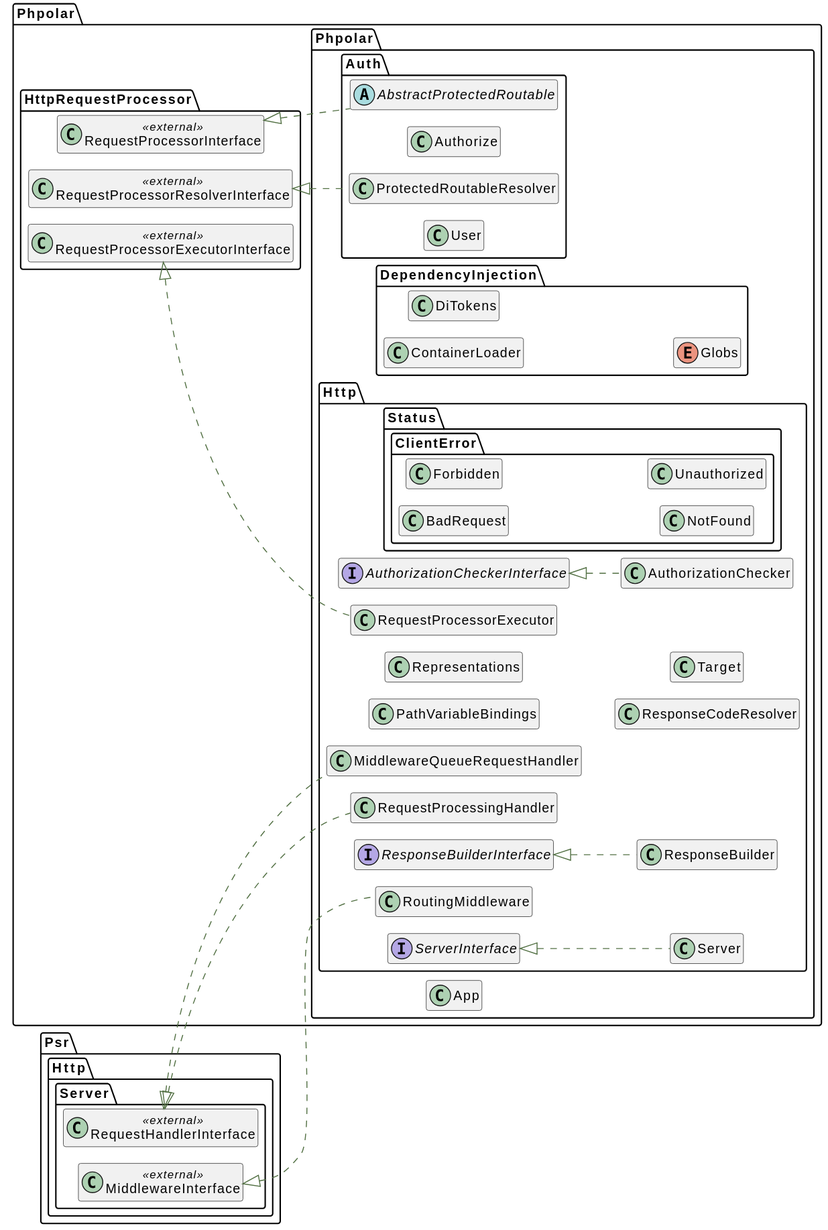
phpolar/phpolar keeps this PlantUML diagram as docs/graphs/classes.svg. Above is the earlier version.
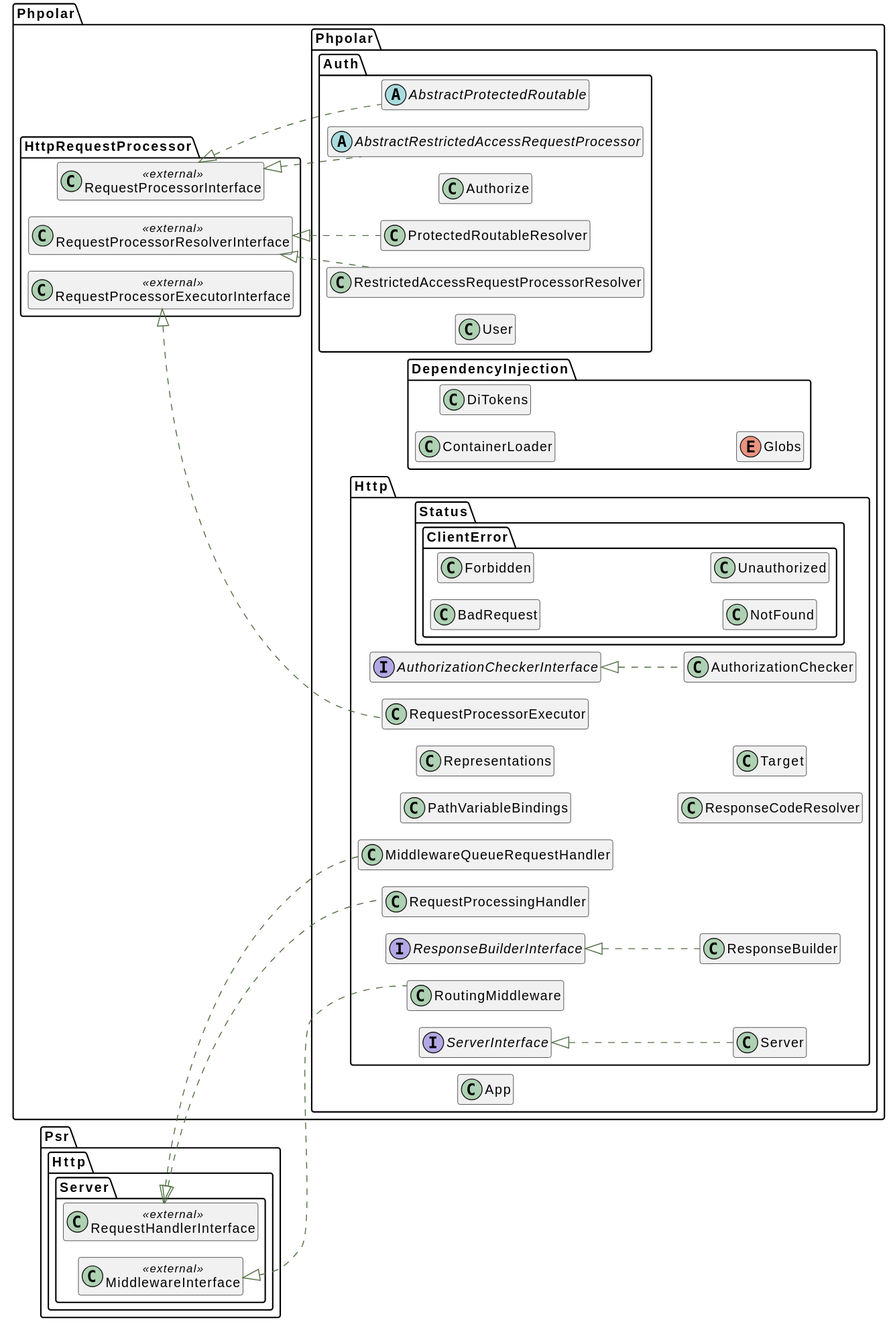
After the change.

The edit, as a diff of the source:
```diff
@@ -26,6 +26,10 @@
     }
 }
 namespace Phpolar\\Phpolar\\Auth {
+    abstract  class "AbstractRestrictedAccessRequestProcessor" as AbstractRestrictedAccessRequestProcessor__class    implements \\Phpolar\\HttpRequestProcessor\\RequestProcessorInterface__class {
+    }
+}
+namespace Phpolar\\Phpolar\\Auth {
      class "Authorize" as Authorize__class    {
     }
 }
@@ -35,6 +39,10 @@
 }
 namespace Phpolar\\Phpolar\\Auth {
      class "ProtectedRoutableResolver" as ProtectedRoutableResolver__class    implements \\Phpolar\\HttpRequestProcessor\\RequestProcessorResolverInterface__class {
+    }
+}
+namespace Phpolar\\Phpolar\\Auth {
+     class "RestrictedAccessRequestProcessorResolver" as RestrictedAccessRequestProcessorResolver__class    implements \\Phpolar\\HttpRequestProcessor\\RequestProcessorResolverInterface__class {
     }
 }
 namespace Phpolar\\Phpolar\\Auth {
```
